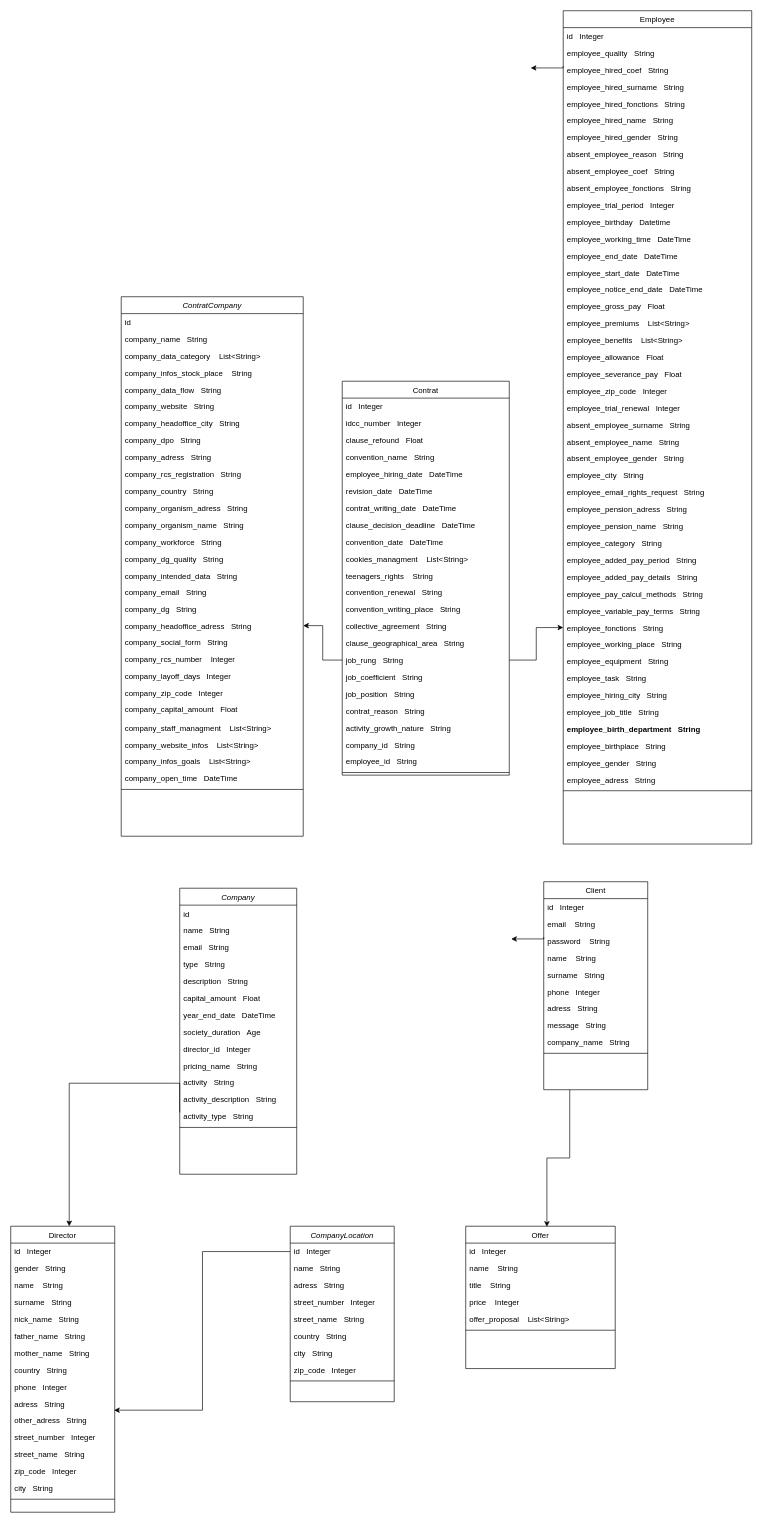
The draw.io diagram Diagramme sans nom.drawio in Mouanzath-IntegraCom/charts, before the edit. Source tidied: cells renumbered, new cells numbered last; positions are measured from the earlier drawing's top-left corner, leaving out a move shared by most shapes. Both pictures are drawn from the tidied source at 65%, with x=0, y=0 at pixel (10, 10).
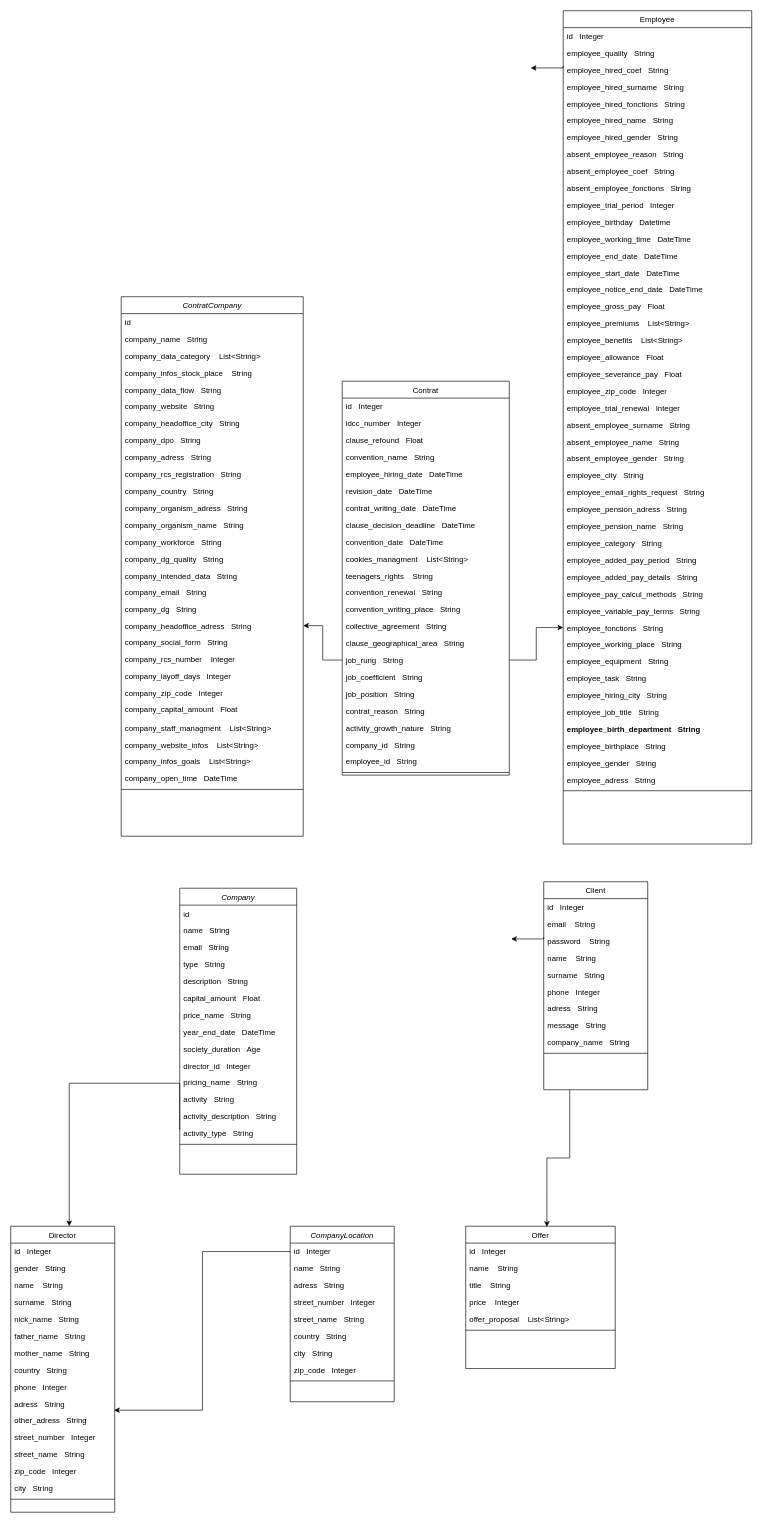
After the change.

Commit message:
Mettre à jour Diagramme sans nom.drawio

Unchanged cells that the change refers to:
```xml
<mxCell id="3" value="Company" style="swimlane;fontStyle=2;align=center;verticalAlign=top;horizontal=1;startSize=26;rounded=0;shadow=0;strokeWidth=1;" parent="1" vertex="1">
  <mxGeometry x="260" y="1350" width="180" height="440" as="geometry" />
</mxCell>
```

Change to the diagram source:
```diff
@@
+    <mxCell id="170" value="price_name   String" style="text;align=left;verticalAlign=top;spacingLeft=4;spacingRight=4;overflow=hidden;rounded=0;shadow=0;html=0;" parent="3" vertex="1">
+      <mxGeometry y="182" width="180" height="26" as="geometry" />
+    </mxCell>
     <mxCell id="10" value="year_end_date   DateTime" style="text;align=left;verticalAlign=top;spacingLeft=4;spacingRight=4;overflow=hidden;rounded=0;shadow=0;html=0;" parent="3" vertex="1">
-      <mxGeometry y="182" width="180" height="26" as="geometry" />
+      <mxGeometry y="208" width="180" height="26" as="geometry" />
     </mxCell>
     <mxCell id="11" value="society_duration   Age" style="text;align=left;verticalAlign=top;spacingLeft=4;spacingRight=4;overflow=hidden;rounded=0;shadow=0;html=0;" parent="3" vertex="1">
-      <mxGeometry y="208" width="180" height="26" as="geometry" />
+      <mxGeometry y="234" width="180" height="26" as="geometry" />
     </mxCell>
     <mxCell id="12" value="director_id   Integer" style="text;align=left;verticalAlign=top;spacingLeft=4;spacingRight=4;overflow=hidden;rounded=0;shadow=0;html=0;" parent="3" vertex="1">
-      <mxGeometry y="234" width="180" height="26" as="geometry" />
+      <mxGeometry y="260" width="180" height="26" as="geometry" />
     </mxCell>
     <mxCell id="13" value="pricing_name   String" style="text;align=left;verticalAlign=top;spacingLeft=4;spacingRight=4;overflow=hidden;rounded=0;shadow=0;html=0;" parent="3" vertex="1">
-      <mxGeometry y="260" width="180" height="26" as="geometry" />
+      <mxGeometry y="286" width="180" height="26" as="geometry" />
     </mxCell>
     <mxCell id="14" value="activity   String" style="text;align=left;verticalAlign=top;spacingLeft=4;spacingRight=4;overflow=hidden;rounded=0;shadow=0;html=0;" parent="3" vertex="1">
-      <mxGeometry y="286" width="180" height="26" as="geometry" />
+      <mxGeometry y="312" width="180" height="26" as="geometry" />
     </mxCell>
     <mxCell id="15" value="activity_description   String" style="text;align=left;verticalAlign=top;spacingLeft=4;spacingRight=4;overflow=hidden;rounded=0;shadow=0;html=0;" parent="3" vertex="1">
-      <mxGeometry y="312" width="180" height="26" as="geometry" />
+      <mxGeometry y="338" width="180" height="26" as="geometry" />
     </mxCell>
     <mxCell id="16" value="activity_type   String" style="text;align=left;verticalAlign=top;spacingLeft=4;spacingRight=4;overflow=hidden;points=[[0,0.5],[1,0.5]];portConstraint=eastwest;rounded=0;shadow=0;html=0;" parent="3" vertex="1">
-      <mxGeometry y="338" width="180" height="26" as="geometry" />
+      <mxGeometry y="364" width="180" height="26" as="geometry" />
     </mxCell>
     <mxCell id="17" style="line;html=1;strokeWidth=1;align=left;verticalAlign=middle;spacingTop=-1;spacingLeft=3;spacingRight=3;labelPosition=right;" parent="3" vertex="1">
-      <mxGeometry y="364" width="180" height="8" as="geometry" />
+      <mxGeometry y="390" width="180" height="8" as="geometry" />
     </mxCell>
```
